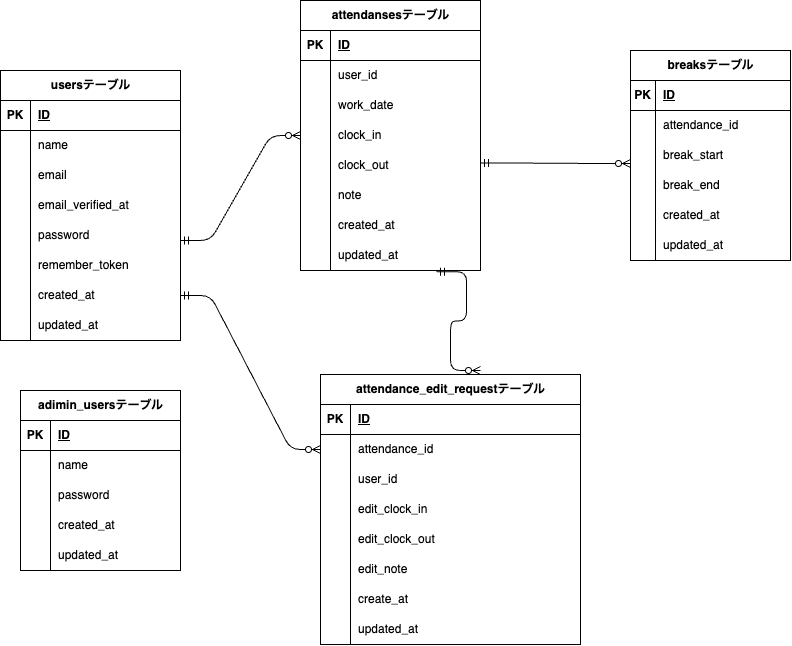
Earlier version of the draw.io export Mock-caseER.drawio.png (kazyuaki/attendance-app). Source tidied: cells renumbered, new cells last; positions are measured from the earlier drawing's top-left corner, leaving out a move shared by most shapes.
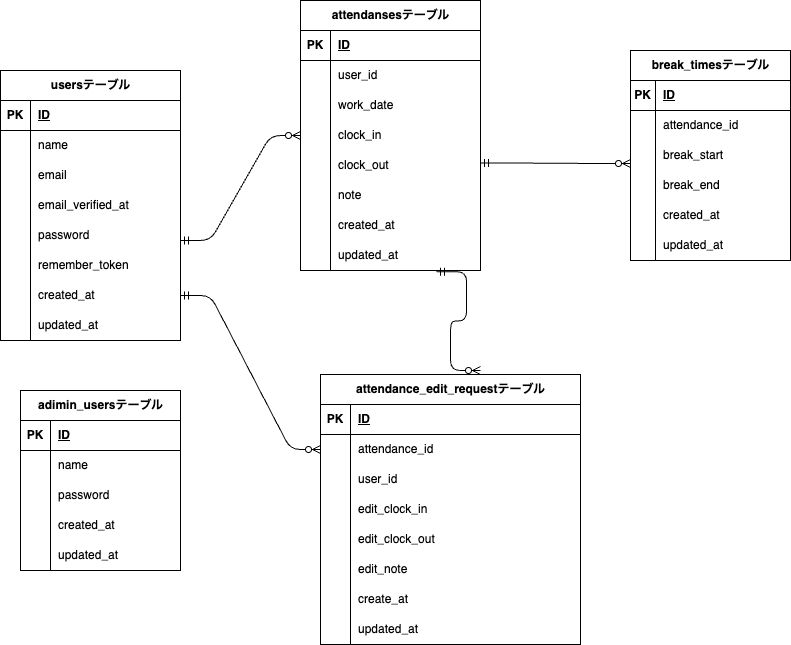
Above is the later version.

Change to the diagram source:
```diff
@@ -125,7 +125,7 @@
     <mxCell id="42" value="updated_at" style="shape=partialRectangle;fillColor=none;top=0;left=0;bottom=0;right=0;align=left;spacingLeft=6;overflow=hidden;whiteSpace=wrap;html=1;" parent="40" vertex="1">
       <mxGeometry x="30" width="130" height="30" as="geometry" />
     </mxCell>
-    <mxCell id="43" value="breaksテーブル" style="shape=table;startSize=30;rowLines=0;fontStyle=1;align=center;html=1;" parent="1" vertex="1">
+    <mxCell id="43" value="break_timesテーブル" style="shape=table;startSize=30;rowLines=0;fontStyle=1;align=center;html=1;" parent="1" vertex="1">
       <mxGeometry x="630" y="50" width="160" height="210" as="geometry" />
     </mxCell>
     <mxCell id="44" style="shape=tableRow;horizontal=0;startSize=0;swimlaneHead=0;swimlaneBody=0;fillColor=none;top=0;left=0;right=0;bottom=1;" parent="43" vertex="1">
```
